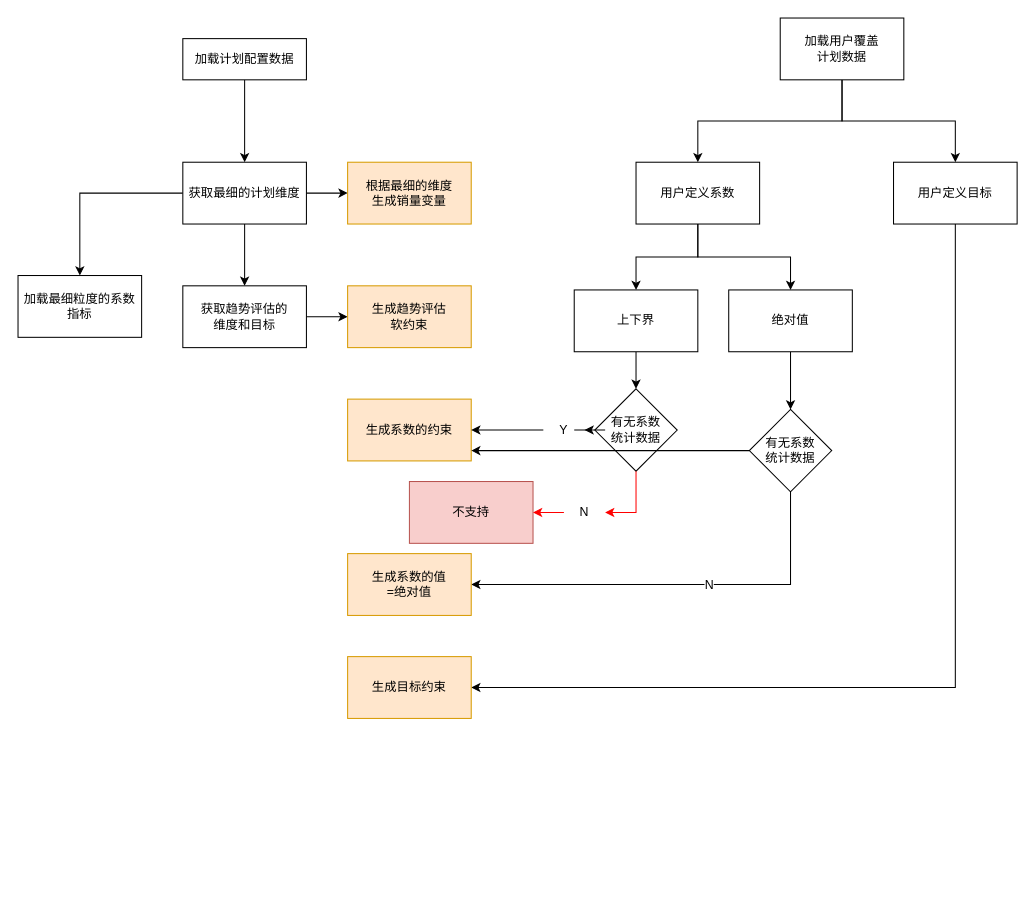
This is page "流程图" (2 of 2) of Untitled Diagram.drawio from daminli/charts, a draw.io file, before an edit. Source tidied: cells renumbered, new cells numbered last; positions are measured from the earlier drawing's top-left corner, leaving out a move shared by most shapes. Both pictures are drawn from the tidied source at 103%, with x=0, y=0 at pixel (18, 18).
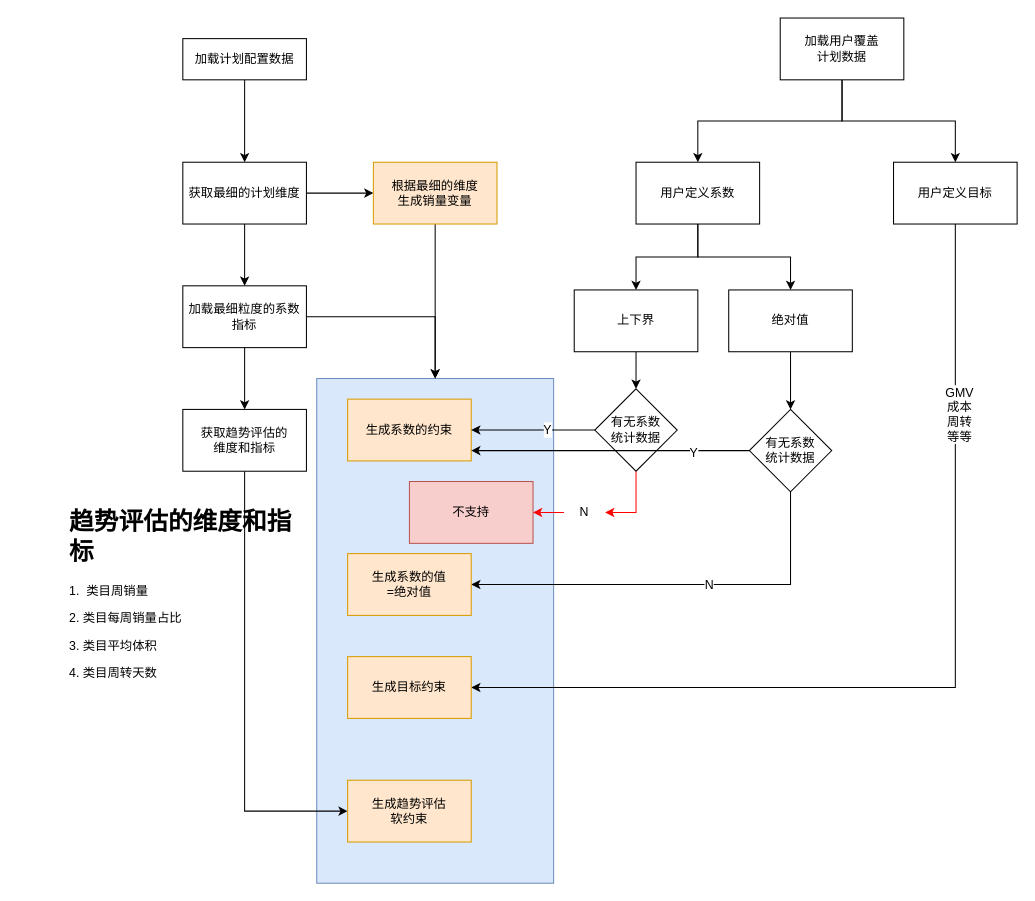
The same diagram, later.

Unchanged cells that the change refers to:
```xml
<mxCell id="7" value="获取最细的计划维度" style="rounded=0;whiteSpace=wrap;html=1;" parent="1" vertex="1">
  <mxGeometry x="160" y="140" width="120" height="60" as="geometry" />
</mxCell>
<mxCell id="13" style="edgeStyle=orthogonalEdgeStyle;rounded=0;jettySize=auto;html=1;entryX=1;entryY=0.5;entryDx=0;entryDy=0;" parent="1" edge="1" source="14" target="26">
  <mxGeometry relative="1" as="geometry">
    <Array as="points">
      <mxPoint x="910" y="650" />
    </Array>
  </mxGeometry>
</mxCell>
<mxCell id="25" value="生成系数的约束" style="rounded=0;whiteSpace=wrap;html=1;fillColor=#ffe6cc;strokeColor=#d79b00;" parent="1" vertex="1">
  <mxGeometry x="320" y="370" width="120" height="60" as="geometry" />
</mxCell>
<mxCell id="28" value="有无系数&lt;br&gt;统计数据" style="rhombus;whiteSpace=wrap;html=1;" parent="1" vertex="1">
  <mxGeometry x="560" y="360" width="80" height="80" as="geometry" />
</mxCell>
<mxCell id="35" style="edgeStyle=orthogonalEdgeStyle;rounded=0;jettySize=auto;html=1;exitX=0;exitY=0.5;exitDx=0;exitDy=0;strokeColor=#000000;" parent="1" edge="1" source="38" target="25">
  <mxGeometry relative="1" as="geometry">
    <Array as="points">
      <mxPoint x="710" y="420" />
    </Array>
  </mxGeometry>
</mxCell>
```

Diff of the diagram source:
```diff
@@
+    <mxCell id="40" style="rounded=0;whiteSpace=wrap;html=1;fillColor=#dae8fc;strokeColor=#6c8ebf;" parent="1" vertex="1">
+      <mxGeometry x="290" y="350" width="230" height="490" as="geometry" />
+    </mxCell>
@@
+    <mxCell id="5" style="edgeStyle=orthogonalEdgeStyle;rounded=0;jettySize=auto;html=1;" parent="1" edge="1" source="7" target="8">
+      <mxGeometry relative="1" as="geometry" />
+    </mxCell>
-    <mxCell id="4" style="edgeStyle=orthogonalEdgeStyle;rounded=0;jettySize=auto;html=1;" parent="1" edge="1" source="7" target="9">
+    <mxCell id="4" style="edgeStyle=orthogonalEdgeStyle;rounded=0;jettySize=auto;html=1;strokeColor=#000000;" parent="1" edge="1" source="7" target="9">
       <mxGeometry relative="1" as="geometry" />
     </mxCell>
-    <mxCell id="5" style="edgeStyle=orthogonalEdgeStyle;rounded=0;jettySize=auto;html=1;" parent="1" edge="1" source="7" target="8">
-      <mxGeometry relative="1" as="geometry" />
-    </mxCell>
-    <mxCell id="6" style="edgeStyle=orthogonalEdgeStyle;rounded=0;jettySize=auto;html=1;" parent="1" edge="1" source="7" target="23">
-      <mxGeometry relative="1" as="geometry" />
-    </mxCell>
@@
+    <mxCell id="41" style="edgeStyle=orthogonalEdgeStyle;rounded=0;jettySize=auto;html=1;exitX=0.5;exitY=1;exitDx=0;exitDy=0;strokeColor=#000000;entryX=0.5;entryY=0;entryDx=0;entryDy=0;" parent="1" edge="1" source="8" target="40">
+      <mxGeometry relative="1" as="geometry" />
+    </mxCell>
     <mxCell id="8" value="根据最细的维度&lt;br&gt;生成销量变量" style="rounded=0;whiteSpace=wrap;html=1;fillColor=#ffe6cc;strokeColor=#d79b00;" parent="1" vertex="1">
-      <mxGeometry x="320" y="140" width="120" height="60" as="geometry" />
+      <mxGeometry x="345" y="140" width="120" height="60" as="geometry" />
     </mxCell>
+    <mxCell id="42" style="edgeStyle=orthogonalEdgeStyle;rounded=0;jettySize=auto;html=1;strokeColor=#000000;" parent="1" edge="1" source="9" target="23">
+      <mxGeometry relative="1" as="geometry" />
+    </mxCell>
+    <mxCell id="43" style="edgeStyle=orthogonalEdgeStyle;rounded=0;jettySize=auto;html=1;exitX=1;exitY=0.5;exitDx=0;exitDy=0;entryX=0.5;entryY=0;entryDx=0;entryDy=0;strokeColor=#000000;" parent="1" edge="1" source="9" target="40">
+      <mxGeometry relative="1" as="geometry" />
+    </mxCell>
     <mxCell id="9" value="加载最细粒度的系数指标" style="rounded=0;whiteSpace=wrap;html=1;" parent="1" vertex="1">
-      <mxGeometry y="250" width="120" height="60" as="geometry" />
+      <mxGeometry x="160" y="260" width="120" height="60" as="geometry" />
     </mxCell>
@@
+    <mxCell id="44" value="GMV&lt;br&gt;成本&lt;br&gt;周转&lt;br&gt;等等" style="text;html=1;align=center;verticalAlign=middle;labelBackgroundColor=#ffffff;" parent="13" vertex="1">
+      <mxGeometry x="-0.6" y="3" relative="1" as="geometry" />
+    </mxCell>
@@
-    <mxCell id="22" style="edgeStyle=orthogonalEdgeStyle;rounded=0;jettySize=auto;html=1;" parent="1" edge="1" source="23" target="24">
-      <mxGeometry relative="1" as="geometry" />
+    <mxCell id="22" style="edgeStyle=orthogonalEdgeStyle;rounded=0;jettySize=auto;html=1;exitX=0.5;exitY=1;exitDx=0;exitDy=0;entryX=0;entryY=0.5;entryDx=0;entryDy=0;" parent="1" edge="1" source="23" target="24">
+      <mxGeometry relative="1" as="geometry">
+        <Array as="points">
+          <mxPoint x="220" y="770" />
+        </Array>
+      </mxGeometry>
     </mxCell>
-    <mxCell id="23" value="获取趋势评估的&lt;br&gt;维度和目标" style="rounded=0;whiteSpace=wrap;html=1;" parent="1" vertex="1">
-      <mxGeometry x="160" y="260" width="120" height="60" as="geometry" />
+    <mxCell id="23" value="获取趋势评估的&lt;br&gt;维度和指标" style="rounded=0;whiteSpace=wrap;html=1;" parent="1" vertex="1">
+      <mxGeometry x="160" y="380" width="120" height="60" as="geometry" />
     </mxCell>
     <mxCell id="24" value="生成趋势评估&lt;br&gt;软约束" style="rounded=0;whiteSpace=wrap;html=1;fillColor=#ffe6cc;strokeColor=#d79b00;" parent="1" vertex="1">
-      <mxGeometry x="320" y="260" width="120" height="60" as="geometry" />
+      <mxGeometry x="320" y="740" width="120" height="60" as="geometry" />
     </mxCell>
@@
-    <mxCell id="27" style="edgeStyle=orthogonalEdgeStyle;rounded=0;jettySize=auto;html=1;exitX=0;exitY=0.5;exitDx=0;exitDy=0;" parent="1" edge="1" source="29" target="25">
+    <mxCell id="27" style="edgeStyle=orthogonalEdgeStyle;rounded=0;jettySize=auto;html=1;exitX=0;exitY=0.5;exitDx=0;exitDy=0;" parent="1" edge="1" source="28" target="25">
       <mxGeometry relative="1" as="geometry" />
     </mxCell>
+    <mxCell id="45" value="Y" style="text;html=1;align=center;verticalAlign=middle;labelBackgroundColor=#ffffff;" parent="27" vertex="1">
+      <mxGeometry x="-0.22" y="-1" relative="1" as="geometry" />
+    </mxCell>
@@
-    <mxCell id="29" value="Y" style="text;html=1;strokeColor=none;fillColor=none;align=center;verticalAlign=middle;whiteSpace=wrap;rounded=0;" parent="1" vertex="1">
-      <mxGeometry x="510" y="390" width="40" height="20" as="geometry" />
-    </mxCell>
-    <mxCell id="30" style="edgeStyle=orthogonalEdgeStyle;rounded=0;jettySize=auto;html=1;exitX=0;exitY=0.5;exitDx=0;exitDy=0;" parent="1" edge="1" source="28" target="29">
-      <mxGeometry relative="1" as="geometry" />
-    </mxCell>
@@
+    <mxCell id="46" value="Y" style="text;html=1;align=center;verticalAlign=middle;labelBackgroundColor=#ffffff;" parent="35" vertex="1">
+      <mxGeometry x="-0.59" y="2" relative="1" as="geometry" />
+    </mxCell>
@@
+    <mxCell id="47" value="&lt;h1&gt;趋势评估的维度和指标&lt;/h1&gt;&lt;p&gt;1.&amp;nbsp; 类目周销量&lt;/p&gt;&lt;p&gt;2. 类目每周销量占比&lt;/p&gt;&lt;p&gt;3. 类目平均体积&lt;/p&gt;&lt;p&gt;4. 类目周转天数&lt;/p&gt;" style="text;html=1;strokeColor=none;fillColor=none;spacing=5;spacingTop=-20;whiteSpace=wrap;overflow=hidden;rounded=0;" parent="1" vertex="1">
+      <mxGeometry x="45" y="470" width="230" height="190" as="geometry" />
+    </mxCell>
```
